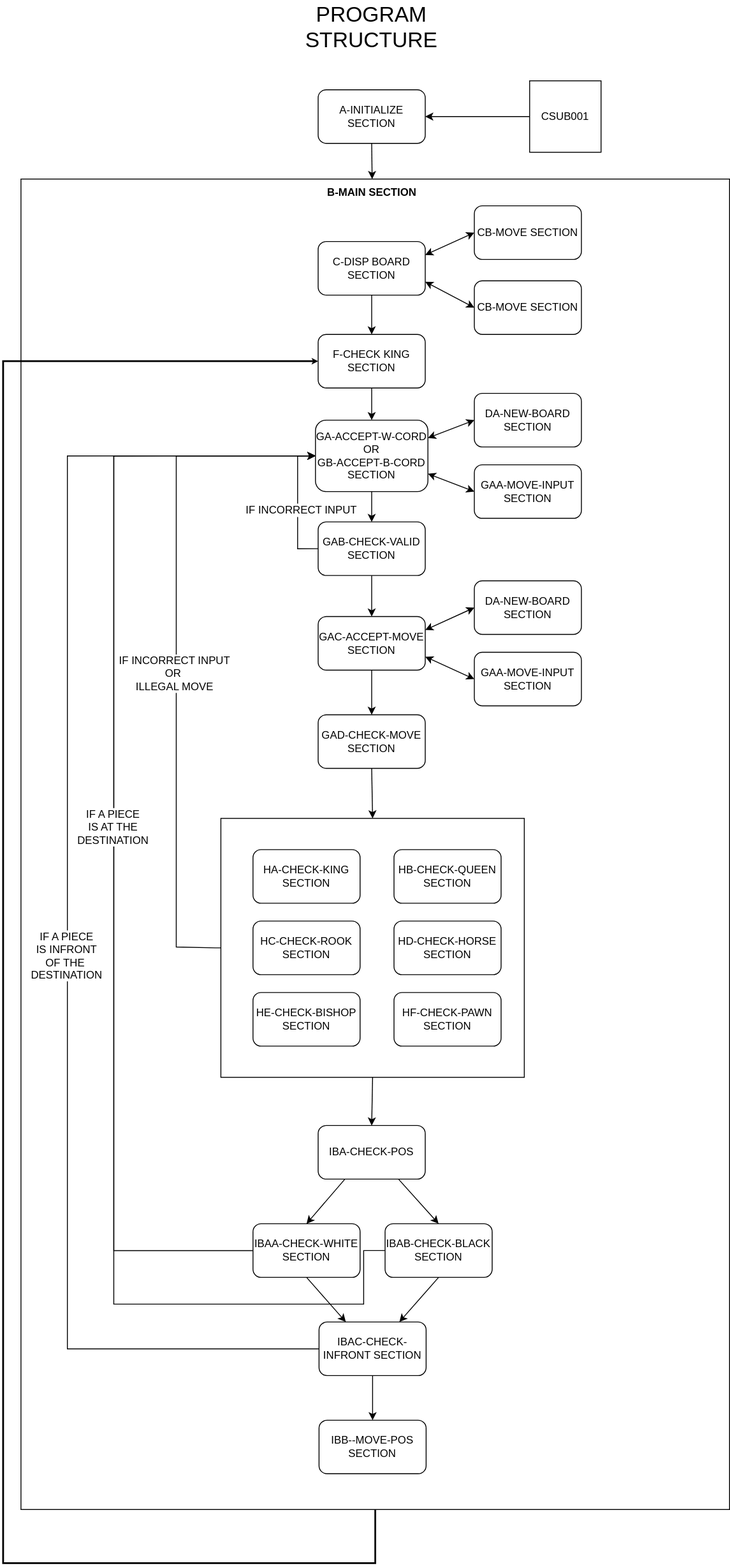
Before: COBOL_Chess_Flow_Chart.drawio.svg, a diagram exported from draw.io (AntonBystedt/COBOL-CHESS). Source tidied: cells renumbered, new cells last; positions are measured from the earlier drawing's top-left corner, leaving out a move shared by most shapes.
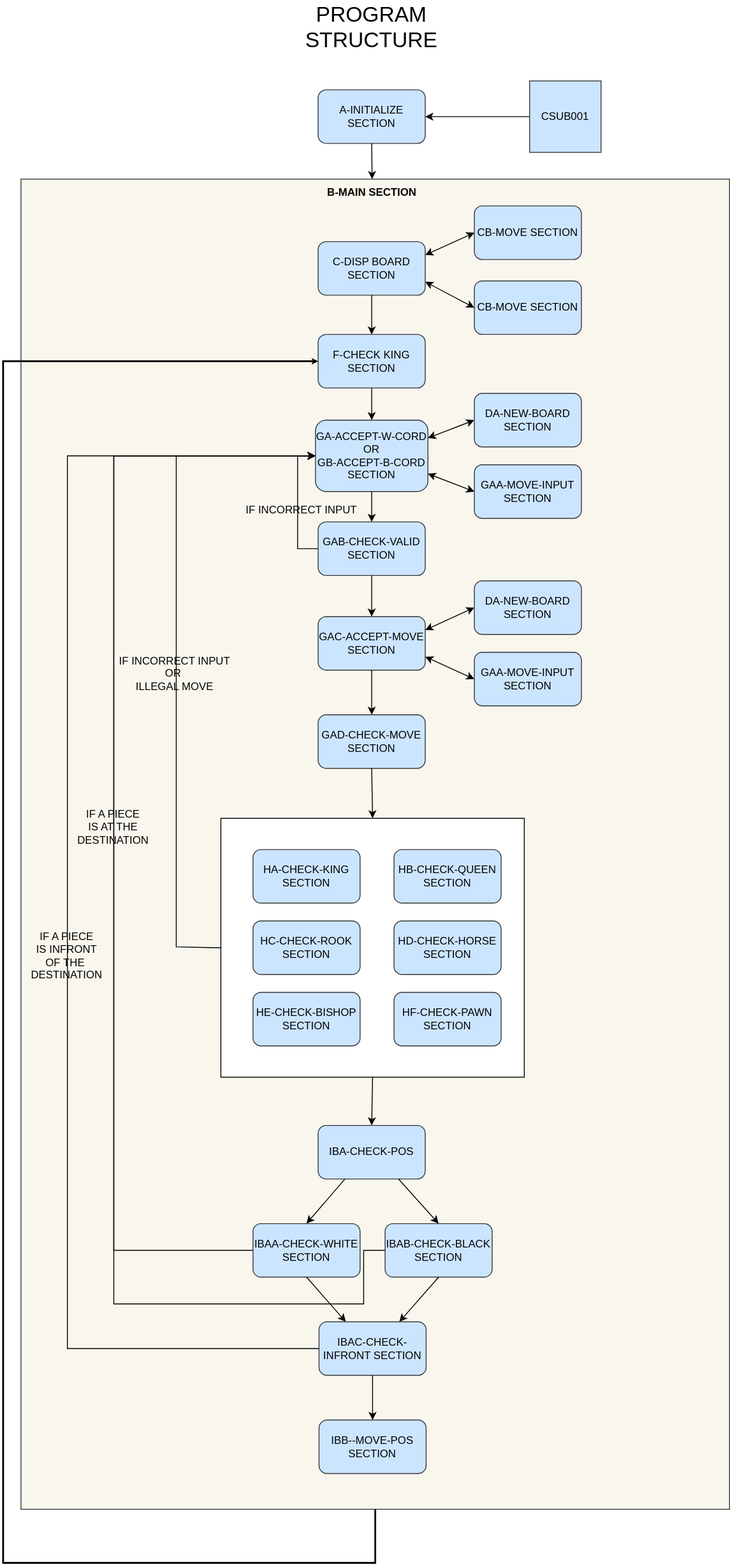
The same diagram one commit later.

Change to the diagram source:
```diff
@@ -2,7 +2,7 @@
   <root>
     <mxCell id="0" />
     <mxCell id="1" parent="0" />
-    <mxCell id="2" style="rounded=0;whiteSpace=wrap;html=1;glass=0;fillColor=none;" parent="1" vertex="1">
+    <mxCell id="2" style="rounded=0;whiteSpace=wrap;html=1;glass=0;fillColor=#f9f7ed;strokeColor=#36393d;" parent="1" vertex="1">
       <mxGeometry x="20" y="200" width="794" height="1490" as="geometry" />
     </mxCell>
     <mxCell id="3" style="edgeStyle=orthogonalEdgeStyle;rounded=0;jettySize=auto;html=1;entryX=0;entryY=0.5;entryDx=0;entryDy=0;fontSize=12;exitX=0;exitY=0.5;exitDx=0;exitDy=0;" parent="1" edge="1" source="5" target="18">
@@ -14,13 +14,13 @@
         </Array>
       </mxGeometry>
     </mxCell>
-    <mxCell id="4" value="IF INCORRECT INPUT&lt;br&gt;OR&amp;nbsp;&lt;br&gt;ILLEGAL MOVE" style="edgeLabel;html=1;align=center;verticalAlign=middle;fontSize=12;" parent="3" vertex="1">
+    <mxCell id="4" value="IF INCORRECT INPUT&lt;br&gt;OR&amp;nbsp;&lt;br&gt;ILLEGAL MOVE" style="edgeLabel;html=1;align=center;verticalAlign=middle;fontSize=12;labelBackgroundColor=none;" parent="3" vertex="1">
       <mxGeometry x="-0.06" y="3" relative="1" as="geometry" />
     </mxCell>
     <mxCell id="5" style="rounded=0;whiteSpace=wrap;html=1;fontSize=12;" parent="1" vertex="1">
       <mxGeometry x="244" y="916" width="340" height="290" as="geometry" />
     </mxCell>
-    <mxCell id="6" value="A-INITIALIZE SECTION" style="rounded=1;whiteSpace=wrap;html=1;" parent="1" vertex="1">
+    <mxCell id="6" value="A-INITIALIZE SECTION" style="rounded=1;whiteSpace=wrap;html=1;fillColor=#cce5ff;strokeColor=#36393d;" parent="1" vertex="1">
       <mxGeometry x="353" y="100" width="120" height="60" as="geometry" />
     </mxCell>
     <mxCell id="7" value="&lt;font style=&quot;font-size: 24px;&quot;&gt;PROGRAM STRUCTURE&lt;/font&gt;" style="text;html=1;strokeColor=none;fillColor=none;align=center;verticalAlign=middle;whiteSpace=wrap;rounded=0;" parent="1" vertex="1">
@@ -34,13 +34,13 @@
         </Array>
       </mxGeometry>
     </mxCell>
-    <mxCell id="9" value="CSUB001" style="whiteSpace=wrap;html=1;" parent="1" vertex="1">
+    <mxCell id="9" value="CSUB001" style="whiteSpace=wrap;html=1;fillColor=#cce5ff;strokeColor=#36393d;" parent="1" vertex="1">
       <mxGeometry x="590" y="90" width="80" height="80" as="geometry" />
     </mxCell>
     <mxCell id="10" style="endArrow=classic;html=1;rounded=0;entryX=0.5;entryY=0;entryDx=0;entryDy=0;exitX=0.5;exitY=1;exitDx=0;exitDy=0;" parent="1" edge="1" source="6" target="12">
       <mxGeometry relative="1" as="geometry" />
     </mxCell>
-    <mxCell id="11" value="C-DISP BOARD SECTION" style="rounded=1;whiteSpace=wrap;html=1;" parent="1" vertex="1">
+    <mxCell id="11" value="C-DISP BOARD SECTION" style="rounded=1;whiteSpace=wrap;html=1;fillColor=#cce5ff;strokeColor=#36393d;" parent="1" vertex="1">
       <mxGeometry x="353" y="270" width="120" height="60" as="geometry" />
     </mxCell>
     <mxCell id="12" value="&lt;b&gt;B-MAIN SECTION&lt;/b&gt;" style="text;html=1;strokeColor=none;fillColor=none;align=center;verticalAlign=middle;whiteSpace=wrap;rounded=0;" parent="1" vertex="1">
@@ -49,28 +49,28 @@
     <mxCell id="13" style="endArrow=classic;startArrow=classic;html=1;rounded=0;entryX=1;entryY=0.75;entryDx=0;entryDy=0;exitX=0;exitY=0.5;exitDx=0;exitDy=0;" parent="1" edge="1" source="14" target="11">
       <mxGeometry relative="1" as="geometry" />
     </mxCell>
-    <mxCell id="14" value="CB-MOVE SECTION" style="rounded=1;whiteSpace=wrap;html=1;glass=0;" parent="1" vertex="1">
+    <mxCell id="14" value="CB-MOVE SECTION" style="rounded=1;whiteSpace=wrap;html=1;glass=0;fillColor=#cce5ff;strokeColor=#36393d;" parent="1" vertex="1">
       <mxGeometry x="528" y="314" width="120" height="60" as="geometry" />
     </mxCell>
-    <mxCell id="15" value="CB-MOVE SECTION" style="rounded=1;whiteSpace=wrap;html=1;glass=0;" parent="1" vertex="1">
+    <mxCell id="15" value="CB-MOVE SECTION" style="rounded=1;whiteSpace=wrap;html=1;glass=0;fillColor=#cce5ff;strokeColor=#36393d;" parent="1" vertex="1">
       <mxGeometry x="528" y="230" width="120" height="60" as="geometry" />
     </mxCell>
     <mxCell id="16" style="endArrow=classic;startArrow=classic;html=1;rounded=0;entryX=0;entryY=0.5;entryDx=0;entryDy=0;exitX=1;exitY=0.25;exitDx=0;exitDy=0;" parent="1" edge="1" source="11" target="15">
       <mxGeometry relative="1" as="geometry" />
     </mxCell>
-    <mxCell id="17" value="F-CHECK KING SECTION" style="rounded=1;whiteSpace=wrap;html=1;glass=0;" parent="1" vertex="1">
+    <mxCell id="17" value="F-CHECK KING SECTION" style="rounded=1;whiteSpace=wrap;html=1;glass=0;fillColor=#cce5ff;strokeColor=#36393d;" parent="1" vertex="1">
       <mxGeometry x="353" y="374" width="120" height="60" as="geometry" />
     </mxCell>
-    <mxCell id="18" value="GA-ACCEPT-W-CORD OR&lt;br&gt;GB-ACCEPT-B-CORD&lt;br&gt;SECTION" style="rounded=1;whiteSpace=wrap;html=1;glass=0;" parent="1" vertex="1">
+    <mxCell id="18" value="GA-ACCEPT-W-CORD OR&lt;br&gt;GB-ACCEPT-B-CORD&lt;br&gt;SECTION" style="rounded=1;whiteSpace=wrap;html=1;glass=0;fillColor=#cce5ff;strokeColor=#36393d;" parent="1" vertex="1">
       <mxGeometry x="350" y="470" width="126" height="80" as="geometry" />
     </mxCell>
-    <mxCell id="19" value="DA-NEW-BOARD SECTION" style="rounded=1;whiteSpace=wrap;html=1;glass=0;" parent="1" vertex="1">
+    <mxCell id="19" value="DA-NEW-BOARD SECTION" style="rounded=1;whiteSpace=wrap;html=1;glass=0;fillColor=#cce5ff;strokeColor=#36393d;" parent="1" vertex="1">
       <mxGeometry x="528" y="440" width="120" height="60" as="geometry" />
     </mxCell>
     <mxCell id="20" style="endArrow=classic;startArrow=classic;html=1;rounded=0;entryX=0;entryY=0.5;entryDx=0;entryDy=0;exitX=1;exitY=0.25;exitDx=0;exitDy=0;" parent="1" edge="1" source="18" target="19">
       <mxGeometry relative="1" as="geometry" />
     </mxCell>
-    <mxCell id="21" value="GAA-MOVE-INPUT SECTION" style="rounded=1;whiteSpace=wrap;html=1;glass=0;" parent="1" vertex="1">
+    <mxCell id="21" value="GAA-MOVE-INPUT SECTION" style="rounded=1;whiteSpace=wrap;html=1;glass=0;fillColor=#cce5ff;strokeColor=#36393d;" parent="1" vertex="1">
       <mxGeometry x="528" y="520" width="120" height="60" as="geometry" />
     </mxCell>
     <mxCell id="22" style="endArrow=classic;startArrow=classic;html=1;rounded=0;entryX=0;entryY=0.5;entryDx=0;entryDy=0;exitX=1;exitY=0.75;exitDx=0;exitDy=0;" parent="1" edge="1" source="18" target="21">
@@ -88,27 +88,27 @@
     <mxCell id="26" style="edgeStyle=orthogonalEdgeStyle;rounded=0;jettySize=auto;html=1;entryX=0;entryY=0.5;entryDx=0;entryDy=0;fontSize=12;exitX=0;exitY=0.5;exitDx=0;exitDy=0;" parent="1" edge="1" source="28" target="18">
       <mxGeometry relative="1" as="geometry" />
     </mxCell>
-    <mxCell id="27" value="IF INCORRECT INPUT" style="edgeLabel;html=1;align=center;verticalAlign=middle;fontSize=12;" parent="26" vertex="1">
+    <mxCell id="27" value="IF INCORRECT INPUT" style="edgeLabel;html=1;align=center;verticalAlign=middle;fontSize=12;labelBackgroundColor=none;" parent="26" vertex="1">
       <mxGeometry x="0.21" y="-3" relative="1" as="geometry">
         <mxPoint y="22" as="offset" />
       </mxGeometry>
     </mxCell>
-    <mxCell id="28" value="GAB-CHECK-VALID SECTION" style="rounded=1;whiteSpace=wrap;html=1;glass=0;" parent="1" vertex="1">
+    <mxCell id="28" value="GAB-CHECK-VALID SECTION" style="rounded=1;whiteSpace=wrap;html=1;glass=0;fillColor=#cce5ff;strokeColor=#36393d;" parent="1" vertex="1">
       <mxGeometry x="353" y="584" width="120" height="60" as="geometry" />
     </mxCell>
     <mxCell id="29" style="endArrow=classic;html=1;rounded=0;fontSize=12;exitX=0.5;exitY=1;exitDx=0;exitDy=0;" parent="1" edge="1" source="28" target="30">
       <mxGeometry relative="1" as="geometry" />
     </mxCell>
-    <mxCell id="30" value="GAC-ACCEPT-MOVE SECTION" style="rounded=1;whiteSpace=wrap;html=1;fontSize=12;" parent="1" vertex="1">
+    <mxCell id="30" value="GAC-ACCEPT-MOVE SECTION" style="rounded=1;whiteSpace=wrap;html=1;fontSize=12;fillColor=#cce5ff;strokeColor=#36393d;" parent="1" vertex="1">
       <mxGeometry x="353" y="690" width="120" height="60" as="geometry" />
     </mxCell>
-    <mxCell id="31" value="DA-NEW-BOARD SECTION" style="rounded=1;whiteSpace=wrap;html=1;glass=0;" parent="1" vertex="1">
+    <mxCell id="31" value="DA-NEW-BOARD SECTION" style="rounded=1;whiteSpace=wrap;html=1;glass=0;fillColor=#cce5ff;strokeColor=#36393d;" parent="1" vertex="1">
       <mxGeometry x="528" y="650" width="120" height="60" as="geometry" />
     </mxCell>
     <mxCell id="32" style="endArrow=classic;startArrow=classic;html=1;rounded=0;entryX=0;entryY=0.5;entryDx=0;entryDy=0;exitX=1;exitY=0.25;exitDx=0;exitDy=0;" parent="1" edge="1" source="30" target="31">
       <mxGeometry relative="1" as="geometry" />
     </mxCell>
-    <mxCell id="33" value="GAA-MOVE-INPUT SECTION" style="rounded=1;whiteSpace=wrap;html=1;glass=0;" parent="1" vertex="1">
+    <mxCell id="33" value="GAA-MOVE-INPUT SECTION" style="rounded=1;whiteSpace=wrap;html=1;glass=0;fillColor=#cce5ff;strokeColor=#36393d;" parent="1" vertex="1">
       <mxGeometry x="528" y="730" width="120" height="60" as="geometry" />
     </mxCell>
     <mxCell id="34" style="endArrow=classic;startArrow=classic;html=1;rounded=0;entryX=0;entryY=0.5;entryDx=0;entryDy=0;exitX=1;exitY=0.75;exitDx=0;exitDy=0;" parent="1" edge="1" source="30" target="33">
@@ -117,25 +117,25 @@
     <mxCell id="35" style="endArrow=classic;html=1;rounded=0;fontSize=12;exitX=0.5;exitY=1;exitDx=0;exitDy=0;" parent="1" edge="1" source="30" target="36">
       <mxGeometry relative="1" as="geometry" />
     </mxCell>
-    <mxCell id="36" value="GAD-CHECK-MOVE SECTION" style="rounded=1;whiteSpace=wrap;html=1;fontSize=12;" parent="1" vertex="1">
+    <mxCell id="36" value="GAD-CHECK-MOVE SECTION" style="rounded=1;whiteSpace=wrap;html=1;fontSize=12;fillColor=#cce5ff;strokeColor=#36393d;" parent="1" vertex="1">
       <mxGeometry x="353" y="800" width="120" height="60" as="geometry" />
     </mxCell>
-    <mxCell id="37" value="HC-CHECK-ROOK SECTION" style="rounded=1;whiteSpace=wrap;html=1;fontSize=12;" parent="1" vertex="1">
+    <mxCell id="37" value="HC-CHECK-ROOK SECTION" style="rounded=1;whiteSpace=wrap;html=1;fontSize=12;fillColor=#cce5ff;strokeColor=#36393d;" parent="1" vertex="1">
       <mxGeometry x="280" y="1031" width="120" height="60" as="geometry" />
     </mxCell>
-    <mxCell id="38" value="HD-CHECK-HORSE SECTION" style="rounded=1;whiteSpace=wrap;html=1;fontSize=12;" parent="1" vertex="1">
+    <mxCell id="38" value="HD-CHECK-HORSE SECTION" style="rounded=1;whiteSpace=wrap;html=1;fontSize=12;fillColor=#cce5ff;strokeColor=#36393d;" parent="1" vertex="1">
       <mxGeometry x="438" y="1031" width="120" height="60" as="geometry" />
     </mxCell>
-    <mxCell id="39" value="HF-CHECK-PAWN SECTION" style="rounded=1;whiteSpace=wrap;html=1;fontSize=12;" parent="1" vertex="1">
+    <mxCell id="39" value="HF-CHECK-PAWN SECTION" style="rounded=1;whiteSpace=wrap;html=1;fontSize=12;fillColor=#cce5ff;strokeColor=#36393d;" parent="1" vertex="1">
       <mxGeometry x="438" y="1111" width="120" height="60" as="geometry" />
     </mxCell>
-    <mxCell id="40" value="HA-CHECK-KING SECTION" style="rounded=1;whiteSpace=wrap;html=1;fontSize=12;" parent="1" vertex="1">
+    <mxCell id="40" value="HA-CHECK-KING SECTION" style="rounded=1;whiteSpace=wrap;html=1;fontSize=12;fillColor=#cce5ff;strokeColor=#36393d;" parent="1" vertex="1">
       <mxGeometry x="280" y="951" width="120" height="60" as="geometry" />
     </mxCell>
-    <mxCell id="41" value="HB-CHECK-QUEEN SECTION" style="rounded=1;whiteSpace=wrap;html=1;fontSize=12;" parent="1" vertex="1">
+    <mxCell id="41" value="HB-CHECK-QUEEN SECTION" style="rounded=1;whiteSpace=wrap;html=1;fontSize=12;fillColor=#cce5ff;strokeColor=#36393d;" parent="1" vertex="1">
       <mxGeometry x="438" y="951" width="120" height="60" as="geometry" />
     </mxCell>
-    <mxCell id="42" value="HE-CHECK-BISHOP SECTION" style="rounded=1;whiteSpace=wrap;html=1;fontSize=12;" parent="1" vertex="1">
+    <mxCell id="42" value="HE-CHECK-BISHOP SECTION" style="rounded=1;whiteSpace=wrap;html=1;fontSize=12;fillColor=#cce5ff;strokeColor=#36393d;" parent="1" vertex="1">
       <mxGeometry x="280" y="1111" width="120" height="60" as="geometry" />
     </mxCell>
     <mxCell id="43" style="endArrow=classic;html=1;rounded=0;fontSize=12;entryX=0.5;entryY=0;entryDx=0;entryDy=0;exitX=0.5;exitY=1;exitDx=0;exitDy=0;" parent="1" edge="1" source="36" target="5">
@@ -144,7 +144,7 @@
     <mxCell id="44" style="endArrow=classic;html=1;rounded=0;fontSize=12;exitX=0.5;exitY=1;exitDx=0;exitDy=0;entryX=0.5;entryY=0;entryDx=0;entryDy=0;" parent="1" edge="1" source="5" target="45">
       <mxGeometry relative="1" as="geometry" />
     </mxCell>
-    <mxCell id="45" value="IBA-CHECK-POS" style="rounded=1;whiteSpace=wrap;html=1;fontSize=12;" parent="1" vertex="1">
+    <mxCell id="45" value="IBA-CHECK-POS" style="rounded=1;whiteSpace=wrap;html=1;fontSize=12;fillColor=#cce5ff;strokeColor=#36393d;" parent="1" vertex="1">
       <mxGeometry x="353" y="1260" width="120" height="60" as="geometry" />
     </mxCell>
     <mxCell id="46" style="endArrow=classic;html=1;rounded=0;fontSize=12;exitX=0.75;exitY=1;exitDx=0;exitDy=0;entryX=0.5;entryY=0;entryDx=0;entryDy=0;" parent="1" edge="1" source="45" target="48">
@@ -153,7 +153,7 @@
     <mxCell id="47" style="endArrow=classic;html=1;rounded=0;fontSize=12;exitX=0.25;exitY=1;exitDx=0;exitDy=0;entryX=0.5;entryY=0;entryDx=0;entryDy=0;" parent="1" edge="1" source="45" target="50">
       <mxGeometry relative="1" as="geometry" />
     </mxCell>
-    <mxCell id="48" value="IBAB-CHECK-BLACK SECTION" style="rounded=1;whiteSpace=wrap;html=1;fontSize=12;" parent="1" vertex="1">
+    <mxCell id="48" value="IBAB-CHECK-BLACK SECTION" style="rounded=1;whiteSpace=wrap;html=1;fontSize=12;fillColor=#cce5ff;strokeColor=#36393d;" parent="1" vertex="1">
       <mxGeometry x="428" y="1370" width="120" height="60" as="geometry" />
     </mxCell>
     <mxCell id="49" style="edgeStyle=orthogonalEdgeStyle;rounded=0;jettySize=auto;html=1;entryX=0;entryY=0.5;entryDx=0;entryDy=0;fontSize=12;" parent="1" edge="1" source="50" target="18">
@@ -164,7 +164,7 @@
         </Array>
       </mxGeometry>
     </mxCell>
-    <mxCell id="50" value="IBAA-CHECK-WHITE SECTION" style="rounded=1;whiteSpace=wrap;html=1;fontSize=12;" parent="1" vertex="1">
+    <mxCell id="50" value="IBAA-CHECK-WHITE SECTION" style="rounded=1;whiteSpace=wrap;html=1;fontSize=12;fillColor=#cce5ff;strokeColor=#36393d;" parent="1" vertex="1">
       <mxGeometry x="280" y="1370" width="120" height="60" as="geometry" />
     </mxCell>
     <mxCell id="51" style="endArrow=classic;html=1;rounded=0;fontSize=12;exitX=0;exitY=0.5;exitDx=0;exitDy=0;entryX=0;entryY=0.5;entryDx=0;entryDy=0;" parent="1" edge="1" source="48" target="18">
@@ -178,7 +178,7 @@
         </Array>
       </mxGeometry>
     </mxCell>
-    <mxCell id="52" value="IF A PIECE&lt;br&gt;IS AT THE&lt;br&gt;DESTINATION" style="edgeLabel;html=1;align=center;verticalAlign=middle;fontSize=12;" parent="51" vertex="1">
+    <mxCell id="52" value="IF A PIECE&lt;br&gt;IS AT THE&lt;br&gt;DESTINATION" style="edgeLabel;html=1;align=center;verticalAlign=middle;fontSize=12;labelBackgroundColor=none;" parent="51" vertex="1">
       <mxGeometry x="0.17" y="2" relative="1" as="geometry" />
     </mxCell>
     <mxCell id="53" style="endArrow=classic;html=1;rounded=0;fontSize=12;exitX=0.5;exitY=1;exitDx=0;exitDy=0;entryX=0.25;entryY=0;entryDx=0;entryDy=0;" parent="1" edge="1" source="50" target="56">
@@ -192,10 +192,10 @@
         </Array>
       </mxGeometry>
     </mxCell>
-    <mxCell id="55" value="IF A PIECE&lt;br&gt;IS INFRONT&lt;br&gt;OF THE&amp;nbsp;&lt;br&gt;DESTINATION&lt;br&gt;" style="edgeLabel;html=1;align=center;verticalAlign=middle;fontSize=12;" parent="54" vertex="1">
+    <mxCell id="55" value="IF A PIECE&lt;br&gt;IS INFRONT&lt;br&gt;OF THE&amp;nbsp;&lt;br&gt;DESTINATION&lt;br&gt;" style="edgeLabel;html=1;align=center;verticalAlign=middle;fontSize=12;labelBackgroundColor=none;" parent="54" vertex="1">
       <mxGeometry x="-0.07" y="2" relative="1" as="geometry" />
     </mxCell>
-    <mxCell id="56" value="IBAC-CHECK-INFRONT SECTION" style="rounded=1;whiteSpace=wrap;html=1;fontSize=12;" parent="1" vertex="1">
+    <mxCell id="56" value="IBAC-CHECK-INFRONT SECTION" style="rounded=1;whiteSpace=wrap;html=1;fontSize=12;fillColor=#cce5ff;strokeColor=#36393d;" parent="1" vertex="1">
       <mxGeometry x="354" y="1480" width="120" height="60" as="geometry" />
     </mxCell>
     <mxCell id="57" style="endArrow=classic;html=1;rounded=0;fontSize=12;entryX=0.75;entryY=0;entryDx=0;entryDy=0;exitX=0.5;exitY=1;exitDx=0;exitDy=0;" parent="1" edge="1" source="48" target="56">
@@ -204,7 +204,7 @@
     <mxCell id="58" style="endArrow=classic;html=1;rounded=0;fontSize=12;exitX=0.5;exitY=1;exitDx=0;exitDy=0;entryX=0.5;entryY=0;entryDx=0;entryDy=0;" parent="1" edge="1" source="56" target="59">
       <mxGeometry relative="1" as="geometry" />
     </mxCell>
-    <mxCell id="59" value="IBB--MOVE-POS&lt;br&gt;SECTION" style="rounded=1;whiteSpace=wrap;html=1;fontSize=12;" parent="1" vertex="1">
+    <mxCell id="59" value="IBB--MOVE-POS&lt;br&gt;SECTION" style="rounded=1;whiteSpace=wrap;html=1;fontSize=12;fillColor=#cce5ff;strokeColor=#36393d;" parent="1" vertex="1">
       <mxGeometry x="354" y="1590" width="120" height="60" as="geometry" />
     </mxCell>
     <mxCell id="60" style="endArrow=classic;html=1;rounded=0;strokeWidth=2;fontSize=12;endSize=1;exitX=0.5;exitY=1;exitDx=0;exitDy=0;entryX=0;entryY=0.5;entryDx=0;entryDy=0;" parent="1" edge="1" source="2" target="17">
```
